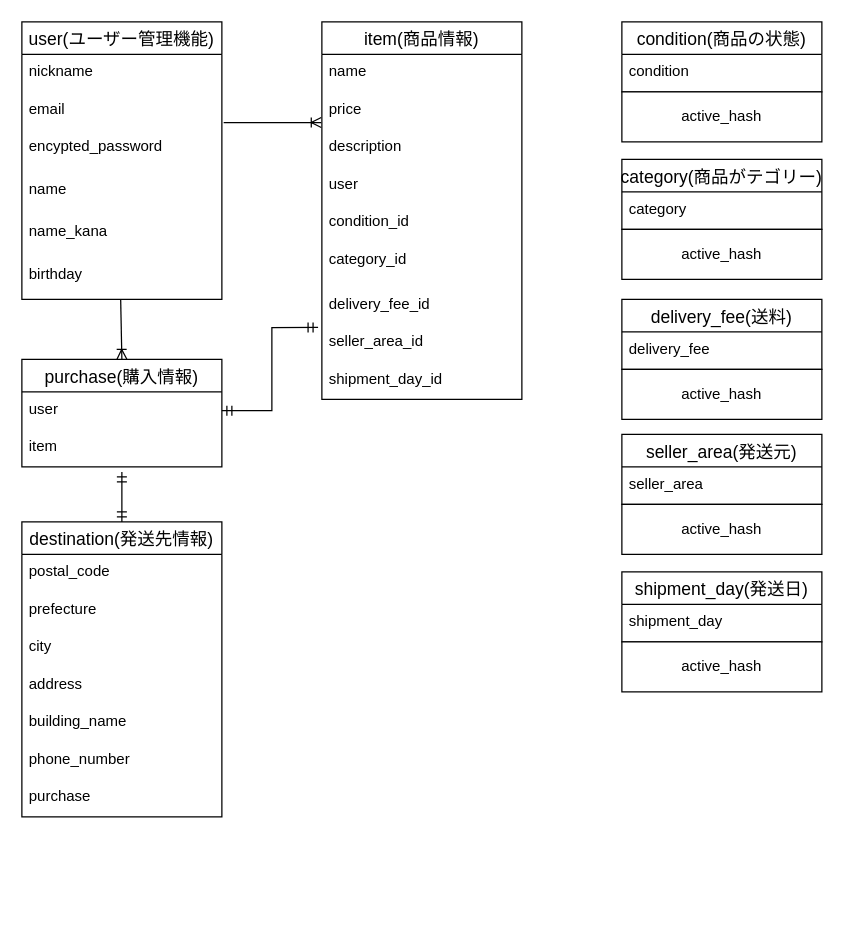
Before: furima.dio in syunatsu/furima-37905, a draw.io diagram. Source tidied: cells renumbered, new cells numbered last; positions are measured from the earlier drawing's top-left corner, leaving out a move shared by most shapes. Both pictures are drawn from the tidied source at 125%, with x=0, y=0 at pixel (21, 21).
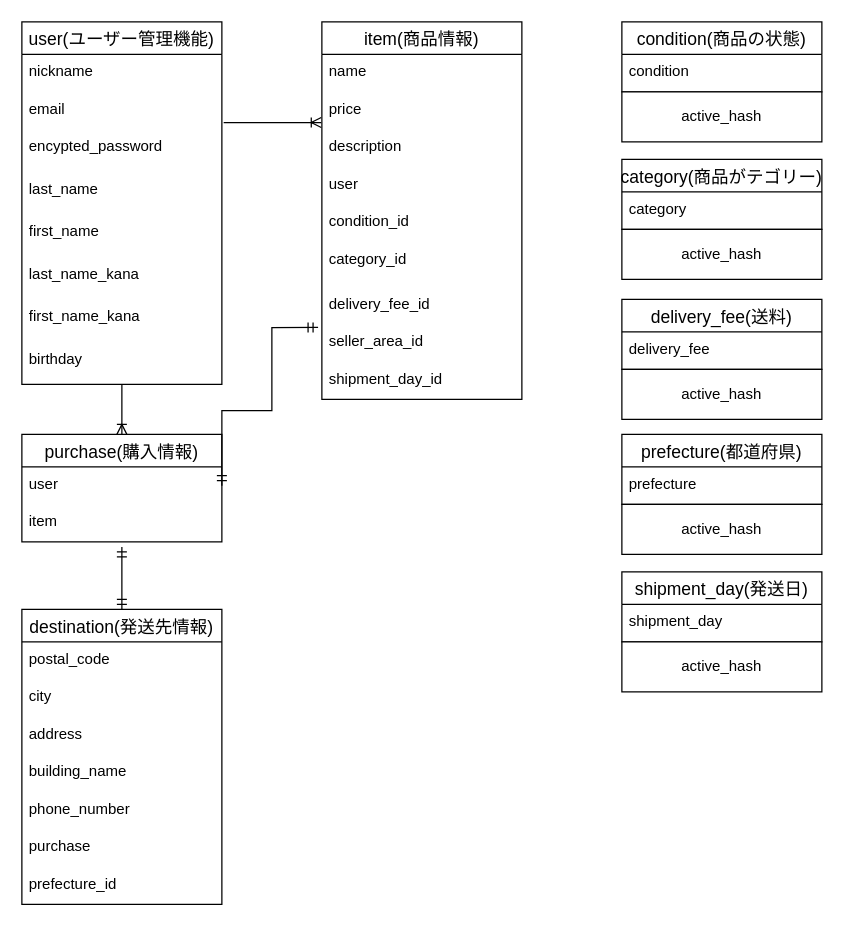
Above is the later version.

Commit message (it also covers changes not shown here):
ER図及びREAD MEの修正②

The edit, as a diff of the source:
```diff
@@
     <mxCell id="12" value="user(ユーザー管理機能)" style="swimlane;fontStyle=0;horizontal=1;startSize=26;align=center;fontSize=14;" parent="1" vertex="1">
-      <mxGeometry width="160" height="222" as="geometry" />
+      <mxGeometry width="160" height="290" as="geometry" />
     </mxCell>
@@
-    <mxCell id="16" value="name" style="text;strokeColor=none;fillColor=none;spacingLeft=4;spacingRight=4;overflow=hidden;fontSize=12;" parent="12" vertex="1">
+    <mxCell id="16" value="last_name" style="text;strokeColor=none;fillColor=none;spacingLeft=4;spacingRight=4;overflow=hidden;fontSize=12;" parent="12" vertex="1">
       <mxGeometry y="120" width="160" height="34" as="geometry" />
     </mxCell>
+    <mxCell id="54" value="first_name" style="text;strokeColor=none;fillColor=none;spacingLeft=4;spacingRight=4;overflow=hidden;fontSize=12;" parent="12" vertex="1">
+      <mxGeometry y="154" width="160" height="34" as="geometry" />
+    </mxCell>
-    <mxCell id="17" value="name_kana" style="text;strokeColor=none;fillColor=none;spacingLeft=4;spacingRight=4;overflow=hidden;fontSize=12;" parent="12" vertex="1">
-      <mxGeometry y="154" width="160" height="34" as="geometry" />
+    <mxCell id="17" value="last_name_kana" style="text;strokeColor=none;fillColor=none;spacingLeft=4;spacingRight=4;overflow=hidden;fontSize=12;" parent="12" vertex="1">
+      <mxGeometry y="188" width="160" height="34" as="geometry" />
     </mxCell>
+    <mxCell id="55" value="first_name_kana" style="text;strokeColor=none;fillColor=none;spacingLeft=4;spacingRight=4;overflow=hidden;fontSize=12;" parent="12" vertex="1">
+      <mxGeometry y="222" width="160" height="34" as="geometry" />
+    </mxCell>
     <mxCell id="18" value="birthday" style="text;strokeColor=none;fillColor=none;spacingLeft=4;spacingRight=4;overflow=hidden;points=[[0,0.5],[1,0.5]];portConstraint=eastwest;fontSize=12;" parent="12" vertex="1">
-      <mxGeometry y="188" width="160" height="34" as="geometry" />
+      <mxGeometry y="256" width="160" height="34" as="geometry" />
     </mxCell>
     <mxCell id="19" value="purchase(購入情報)" style="swimlane;fontStyle=0;horizontal=1;startSize=26;align=center;fontSize=14;" parent="1" vertex="1">
-      <mxGeometry y="270" width="160" height="86" as="geometry" />
+      <mxGeometry y="330" width="160" height="86" as="geometry" />
     </mxCell>
@@
     <mxCell id="22" value="destination(発送先情報)" style="swimlane;fontStyle=0;horizontal=1;startSize=26;align=center;fontSize=14;" parent="1" vertex="1">
-      <mxGeometry y="400" width="160" height="236" as="geometry" />
+      <mxGeometry y="470" width="160" height="236" as="geometry" />
     </mxCell>
@@
-    <mxCell id="24" value="prefecture" style="text;strokeColor=none;fillColor=none;spacingLeft=4;spacingRight=4;overflow=hidden;fontSize=12;" parent="22" vertex="1">
-      <mxGeometry y="56" width="160" height="30" as="geometry" />
-    </mxCell>
     <mxCell id="25" value="city" style="text;strokeColor=none;fillColor=none;spacingLeft=4;spacingRight=4;overflow=hidden;fontSize=12;" parent="22" vertex="1">
-      <mxGeometry y="86" width="160" height="30" as="geometry" />
+      <mxGeometry y="56" width="160" height="30" as="geometry" />
     </mxCell>
     <mxCell id="26" value="address" style="text;strokeColor=none;fillColor=none;spacingLeft=4;spacingRight=4;overflow=hidden;fontSize=12;" parent="22" vertex="1">
-      <mxGeometry y="116" width="160" height="30" as="geometry" />
+      <mxGeometry y="86" width="160" height="30" as="geometry" />
     </mxCell>
     <mxCell id="27" value="building_name" style="text;strokeColor=none;fillColor=none;spacingLeft=4;spacingRight=4;overflow=hidden;fontSize=12;" parent="22" vertex="1">
-      <mxGeometry y="146" width="160" height="30" as="geometry" />
+      <mxGeometry y="116" width="160" height="30" as="geometry" />
     </mxCell>
     <mxCell id="28" value="phone_number" style="text;strokeColor=none;fillColor=none;spacingLeft=4;spacingRight=4;overflow=hidden;fontSize=12;" parent="22" vertex="1">
-      <mxGeometry y="176" width="160" height="30" as="geometry" />
+      <mxGeometry y="146" width="160" height="30" as="geometry" />
     </mxCell>
     <mxCell id="29" value="purchase" style="text;strokeColor=none;fillColor=none;spacingLeft=4;spacingRight=4;overflow=hidden;fontSize=12;" parent="22" vertex="1">
-      <mxGeometry y="206" width="160" height="30" as="geometry" />
+      <mxGeometry y="176" width="160" height="30" as="geometry" />
     </mxCell>
+    <mxCell id="24" value="prefecture_id" style="text;strokeColor=none;fillColor=none;spacingLeft=4;spacingRight=4;overflow=hidden;fontSize=12;" parent="22" vertex="1">
+      <mxGeometry y="206" width="160" height="30" as="geometry" />
+    </mxCell>
@@
-    <mxCell id="32" style="fontSize=12;html=1;endArrow=ERoneToMany;rounded=0;entryX=0.5;entryY=0;entryDx=0;entryDy=0;exitX=0.494;exitY=1;exitDx=0;exitDy=0;exitPerimeter=0;" parent="1" edge="1" source="18" target="19">
-      <mxGeometry relative="1" as="geometry" />
+    <mxCell id="32" style="fontSize=12;html=1;endArrow=ERoneToMany;rounded=0;entryX=0.5;entryY=0;entryDx=0;entryDy=0;" parent="1" edge="1" target="19">
+      <mxGeometry relative="1" as="geometry">
+        <mxPoint x="80" y="290" as="sourcePoint" />
+      </mxGeometry>
     </mxCell>
     <mxCell id="33" style="fontSize=12;html=1;endArrow=ERmandOne;startArrow=ERmandOne;rounded=0;entryX=0.5;entryY=0;entryDx=0;entryDy=0;" parent="1" edge="1" target="22">
       <mxGeometry relative="1" as="geometry">
-        <mxPoint x="80" y="360" as="sourcePoint" />
+        <mxPoint x="80" y="420" as="sourcePoint" />
       </mxGeometry>
     </mxCell>
@@
-    <mxCell id="46" style="group;" parent="1" vertex="1">
-      <mxGeometry x="480" y="330" width="160" height="96" as="geometry" />
-    </mxCell>
-    <mxCell id="47" value="seller_area(発送元)" style="swimlane;fontStyle=0;horizontal=1;startSize=26;align=center;fontSize=14;" parent="46" vertex="1">
-      <mxGeometry width="160" height="56" as="geometry" />
-    </mxCell>
-    <mxCell id="48" value="seller_area" style="text;strokeColor=none;fillColor=none;spacingLeft=4;spacingRight=4;overflow=hidden;fontSize=12;" parent="47" vertex="1">
-      <mxGeometry y="26" width="160" height="30" as="geometry" />
-    </mxCell>
-    <mxCell id="49" value="active_hash" style="whiteSpace=wrap;html=1;align=center;" parent="46" vertex="1">
-      <mxGeometry y="56" width="160" height="40" as="geometry" />
-    </mxCell>
@@
+    <mxCell id="46" style="group;" parent="1" vertex="1">
+      <mxGeometry x="480" y="330" width="160" height="96" as="geometry" />
+    </mxCell>
+    <mxCell id="56" value="prefecture(都道府県)" style="swimlane;fontStyle=0;horizontal=1;startSize=26;align=center;fontSize=14;" parent="46" vertex="1">
+      <mxGeometry width="160" height="56" as="geometry" />
+    </mxCell>
+    <mxCell id="57" value="prefecture" style="text;strokeColor=none;fillColor=none;spacingLeft=4;spacingRight=4;overflow=hidden;fontSize=12;" parent="56" vertex="1">
+      <mxGeometry y="26" width="160" height="30" as="geometry" />
+    </mxCell>
+    <mxCell id="49" value="active_hash" style="whiteSpace=wrap;html=1;align=center;" parent="46" vertex="1">
+      <mxGeometry y="56" width="160" height="40" as="geometry" />
+    </mxCell>
```
